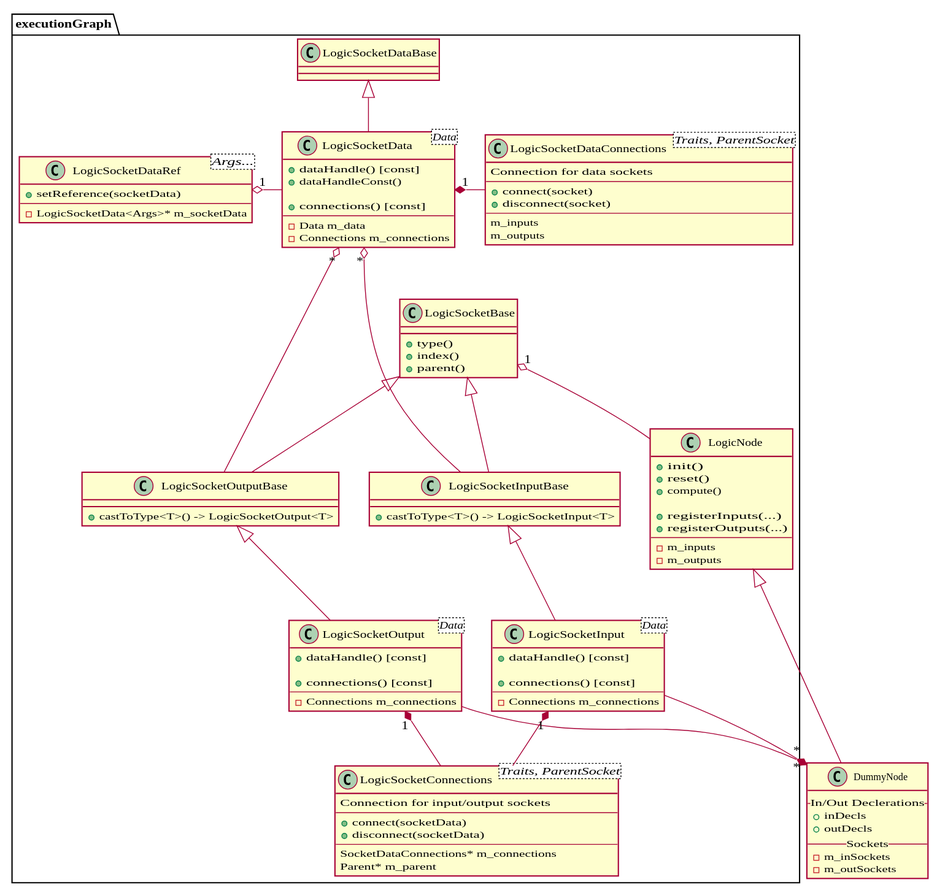
gabyx/ExecutionGraph keeps this PlantUML diagram as docs/design/core.svg. Above is the earlier version.
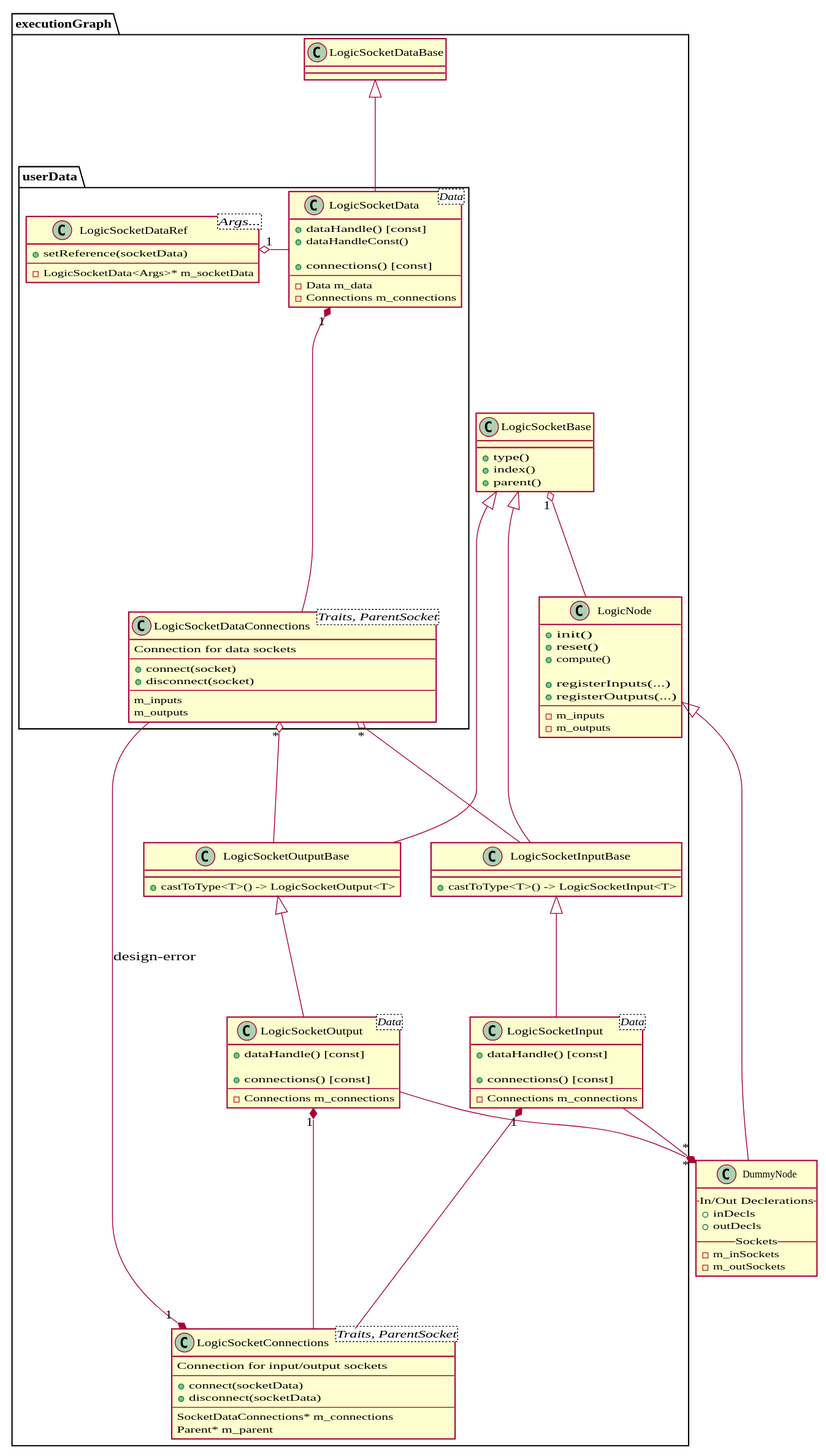
Above is the later version.

Change to the diagram source:
```diff
@@ -66,30 +66,34 @@
         Parent* m_parent
     }
 
-    class LogicSocketDataConnections<Traits, ParentSocket>{
-        Connection for data sockets
-        --
-        + connect(socket)
-        + disconnect(socket)
-        --
-        m_inputs
-        m_outputs
-    }
+    namespace userData{
+        class LogicSocketDataConnections<Traits, ParentSocket>{
+            Connection for data sockets
+            --
+            + connect(socket)
+            + disconnect(socket)
+            --
+            m_inputs
+            m_outputs
+        }
 
-    class LogicSocketData<Data>{
-        + dataHandle() [const]
-        + dataHandleConst()
+        class LogicSocketData<Data>{
+            + dataHandle() [const]
+            + dataHandleConst()
 
-        + connections() [const]
-        --
-        - Data m_data
-        - Connections m_connections
-    }
+            + connections() [const]
+            --
+            - Data m_data
+            - Connections m_connections
+        }
 
-    class LogicSocketDataRef<Args...>{
-        + setReference(socketData)
-        --
-        - LogicSocketData<Args>* m_socketData
+
+        class LogicSocketDataRef<Args...>{
+            + setReference(socketData)
+            --
+            - LogicSocketData<Args>* m_socketData
+        }
+
     }
 
     class LogicSocketDataBase{
@@ -104,25 +108,24 @@
 
 executionGraph::LogicSocketInputBase -up-|> executionGraph::LogicSocketBase
 executionGraph::LogicSocketOutputBase -up-|> executionGraph::LogicSocketBase
-executionGraph::LogicSocketBase -[hidden]-> executionGraph::LogicSocketData
-executionGraph::LogicSocketBase -up[hidden]-> executionGraph::LogicSocketData
+executionGraph::LogicSocketBase -[hidden]-> executionGraph::userData::LogicSocketData
+executionGraph::LogicSocketBase -up[hidden]-> executionGraph::userData::LogicSocketData
 
 
 DummyNode "*" *-up- executionGraph::LogicSocketInput
 DummyNode "*" *-up- executionGraph::LogicSocketOutput
 
-executionGraph::LogicSocketBase "1" o-down- executionGraph::LogicNode
-
-executionGraph::LogicSocketData -up-|>  executionGraph::LogicSocketDataBase
-
-executionGraph::LogicSocketData "*" o-down- executionGraph::LogicSocketInputBase
-executionGraph::LogicSocketData "*" o-down- executionGraph::LogicSocketOutputBase
-
-executionGraph::LogicSocketData -right-o "1" executionGraph::LogicSocketDataRef
-
-
 executionGraph::LogicSocketInput "1" *-- executionGraph::LogicSocketConnections
 executionGraph::LogicSocketOutput "1" *-- executionGraph::LogicSocketConnections
 
-executionGraph::LogicSocketData "1" *-right- executionGraph::LogicSocketDataConnections
+executionGraph::LogicSocketBase "1" o-down- executionGraph::LogicNode
+
+executionGraph::userData::LogicSocketData -up-|> executionGraph::LogicSocketDataBase
+executionGraph::userData::LogicSocketDataConnections "*" o-down- executionGraph::LogicSocketInputBase
+executionGraph::userData::LogicSocketDataConnections "*" o-down- executionGraph::LogicSocketOutputBase
+executionGraph::userData::LogicSocketData -right-o "1" executionGraph::userData::LogicSocketDataRef
+executionGraph::userData::LogicSocketData "1" *-down- executionGraph::userData::LogicSocketDataConnections
+
+executionGraph::LogicSocketConnections "1" *-- executionGraph::userData::LogicSocketDataConnections : design-error
+
 @enduml
```
